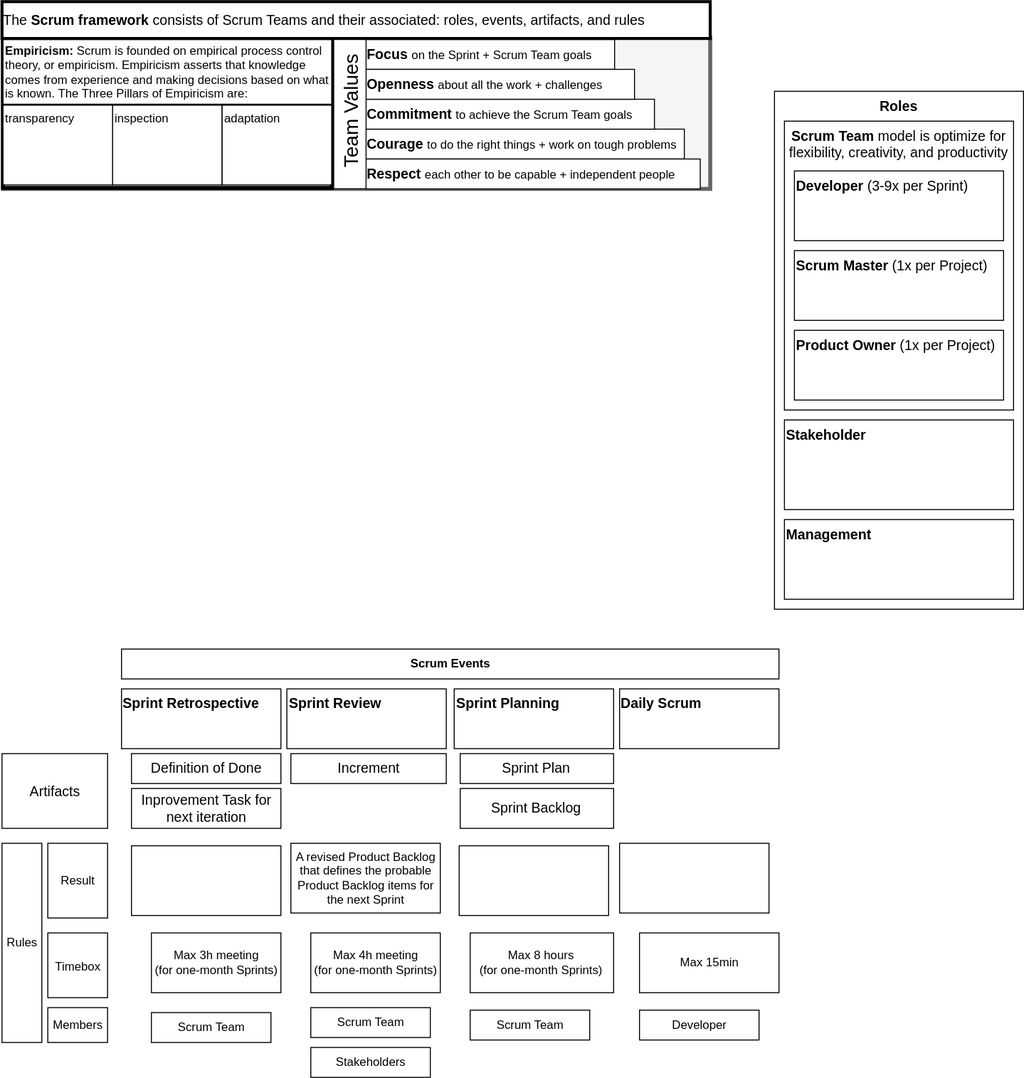
FullByte/FullByte.github.io keeps this draw.io diagram as docs/tech/projects/scrum.drawio.svg. Above is the earlier version. Source tidied: cells renumbered, new cells last; positions are measured from the earlier drawing's top-left corner, leaving out a move shared by most shapes.
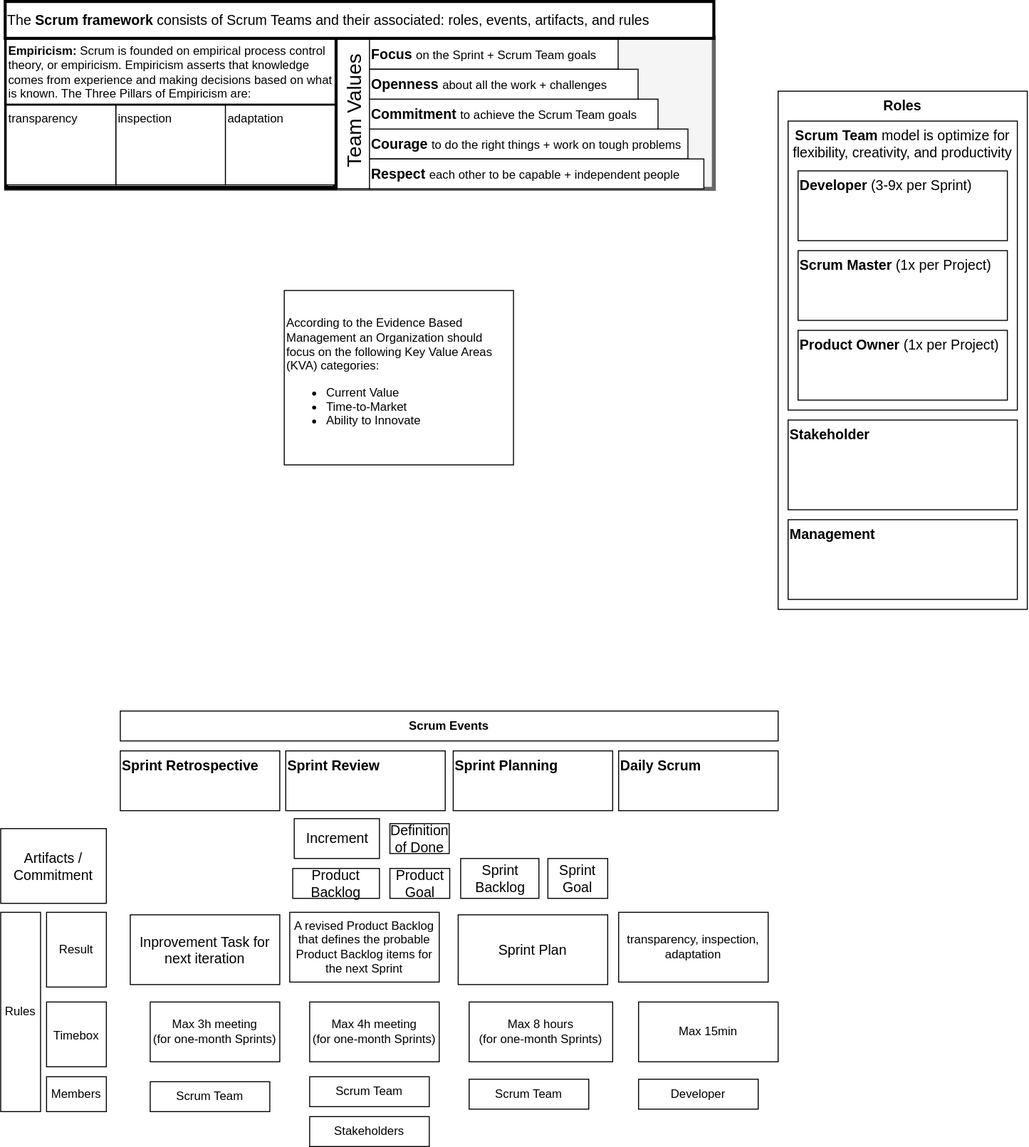
The same diagram one commit later.

What changed in the source:
```diff
@@ -27,16 +27,16 @@
       <mxGeometry x="365.5" y="68" width="270" height="30" as="geometry" />
     </mxCell>
     <mxCell id="10" value="Sprint Retrospective" style="rounded=0;whiteSpace=wrap;html=1;fontSize=14;fontStyle=1;verticalAlign=top;align=left;" parent="1" vertex="1">
-      <mxGeometry x="120.5" y="690" width="160" height="60" as="geometry" />
+      <mxGeometry x="116" y="752" width="160" height="60" as="geometry" />
     </mxCell>
     <mxCell id="11" value="Sprint Planning" style="rounded=0;whiteSpace=wrap;html=1;fontSize=14;verticalAlign=top;fontStyle=1;align=left;" parent="1" vertex="1">
-      <mxGeometry x="454.5" y="690" width="160" height="60" as="geometry" />
+      <mxGeometry x="450" y="752" width="160" height="60" as="geometry" />
     </mxCell>
     <mxCell id="12" value="Sprint Review" style="rounded=0;whiteSpace=wrap;html=1;fontSize=14;fontStyle=1;verticalAlign=top;align=left;" parent="1" vertex="1">
-      <mxGeometry x="286.5" y="690" width="160" height="60" as="geometry" />
+      <mxGeometry x="282" y="752" width="160" height="60" as="geometry" />
     </mxCell>
     <mxCell id="13" value="Daily Scrum" style="rounded=0;whiteSpace=wrap;html=1;fontSize=14;verticalAlign=top;fontStyle=1;align=left;" parent="1" vertex="1">
-      <mxGeometry x="620.5" y="690" width="160" height="60" as="geometry" />
+      <mxGeometry x="616" y="752" width="160" height="60" as="geometry" />
     </mxCell>
     <mxCell id="14" value="Scrum Team &lt;span style=&quot;font-weight: normal;&quot;&gt;model is&amp;nbsp;optimize for &lt;br&gt;flexibility, creativity, and productivity&lt;/span&gt;" style="rounded=0;whiteSpace=wrap;html=1;fontSize=14;verticalAlign=top;fontStyle=1;" parent="1" vertex="1">
       <mxGeometry x="786" y="120" width="230" height="290" as="geometry" />
@@ -54,61 +54,55 @@
       <mxGeometry x="796" y="330" width="210" height="70" as="geometry" />
     </mxCell>
     <mxCell id="19" value="Increment" style="rounded=0;whiteSpace=wrap;html=1;fontSize=14;" parent="1" vertex="1">
-      <mxGeometry x="290.5" y="755" width="156" height="30" as="geometry" />
+      <mxGeometry x="290.5" y="820" width="85.5" height="40" as="geometry" />
     </mxCell>
     <mxCell id="20" value="Definition of Done" style="rounded=0;whiteSpace=wrap;html=1;fontSize=14;" parent="1" vertex="1">
-      <mxGeometry x="130.5" y="755" width="150" height="30" as="geometry" />
+      <mxGeometry x="386.5" y="825" width="59.5" height="30" as="geometry" />
     </mxCell>
-    <mxCell id="21" value="Inprovement Task for next iteration" style="rounded=0;whiteSpace=wrap;html=1;fontSize=14;" parent="1" vertex="1">
-      <mxGeometry x="130.5" y="790" width="150" height="40" as="geometry" />
-    </mxCell>
-    <mxCell id="22" value="Artifacts" style="rounded=0;whiteSpace=wrap;html=1;fontSize=14;" parent="1" vertex="1">
-      <mxGeometry x="0.5" y="755" width="106" height="75" as="geometry" />
+    <mxCell id="22" value="Artifacts / Commitment" style="rounded=0;whiteSpace=wrap;html=1;fontSize=14;" parent="1" vertex="1">
+      <mxGeometry x="-4" y="830" width="106" height="75" as="geometry" />
     </mxCell>
     <mxCell id="23" value="Management" style="rounded=0;whiteSpace=wrap;html=1;fontSize=14;fontStyle=1;align=left;verticalAlign=top;" parent="1" vertex="1">
       <mxGeometry x="786" y="520" width="230" height="80" as="geometry" />
     </mxCell>
-    <mxCell id="24" value="Sprint Plan" style="rounded=0;whiteSpace=wrap;html=1;fontSize=14;" parent="1" vertex="1">
-      <mxGeometry x="460.5" y="755" width="154" height="30" as="geometry" />
-    </mxCell>
     <mxCell id="25" value="Sprint Backlog" style="rounded=0;whiteSpace=wrap;html=1;fontSize=14;" parent="1" vertex="1">
-      <mxGeometry x="460.5" y="790" width="154" height="40" as="geometry" />
+      <mxGeometry x="457.5" y="860" width="78.5" height="40" as="geometry" />
     </mxCell>
     <mxCell id="26" value="&lt;font style=&quot;font-size: 12px;&quot;&gt;Timebox&lt;/font&gt;" style="rounded=0;whiteSpace=wrap;html=1;fontSize=14;" parent="1" vertex="1">
-      <mxGeometry x="46.5" y="935" width="60" height="65" as="geometry" />
+      <mxGeometry x="42" y="1004" width="60" height="65" as="geometry" />
     </mxCell>
     <mxCell id="27" value="Max 4h meeting&lt;br&gt;(for one-month Sprints)" style="rounded=0;whiteSpace=wrap;html=1;" parent="1" vertex="1">
-      <mxGeometry x="310.5" y="935" width="130" height="60" as="geometry" />
+      <mxGeometry x="306" y="1004" width="130" height="60" as="geometry" />
     </mxCell>
     <mxCell id="28" value="Members" style="rounded=0;whiteSpace=wrap;html=1;" parent="1" vertex="1">
-      <mxGeometry x="46.5" y="1010" width="60" height="35" as="geometry" />
+      <mxGeometry x="42" y="1079" width="60" height="35" as="geometry" />
     </mxCell>
     <mxCell id="29" value="Scrum Team" style="rounded=0;whiteSpace=wrap;html=1;" parent="1" vertex="1">
-      <mxGeometry x="310.5" y="1010" width="120" height="30" as="geometry" />
+      <mxGeometry x="306" y="1079" width="120" height="30" as="geometry" />
     </mxCell>
     <mxCell id="30" value="Stakeholders" style="rounded=0;whiteSpace=wrap;html=1;" parent="1" vertex="1">
-      <mxGeometry x="310.5" y="1050" width="120" height="30" as="geometry" />
+      <mxGeometry x="306" y="1119" width="120" height="30" as="geometry" />
     </mxCell>
     <mxCell id="31" value="Result" style="rounded=0;whiteSpace=wrap;html=1;" parent="1" vertex="1">
-      <mxGeometry x="46.5" y="845" width="60" height="75" as="geometry" />
+      <mxGeometry x="42" y="914" width="60" height="75" as="geometry" />
     </mxCell>
     <mxCell id="32" value="A revised Product Backlog that defines the probable Product Backlog items for the next Sprint" style="rounded=0;whiteSpace=wrap;html=1;" parent="1" vertex="1">
-      <mxGeometry x="290.5" y="845" width="150" height="70" as="geometry" />
+      <mxGeometry x="286" y="914" width="150" height="70" as="geometry" />
     </mxCell>
     <mxCell id="33" value="Max 3h meeting&lt;br&gt;(for one-month Sprints)" style="rounded=0;whiteSpace=wrap;html=1;" parent="1" vertex="1">
-      <mxGeometry x="150.5" y="935" width="130" height="60" as="geometry" />
+      <mxGeometry x="146" y="1004" width="130" height="60" as="geometry" />
     </mxCell>
     <mxCell id="34" value="Max 8 hours&lt;br&gt;(for one-month Sprints)" style="rounded=0;whiteSpace=wrap;html=1;" parent="1" vertex="1">
-      <mxGeometry x="470.5" y="935" width="144" height="60" as="geometry" />
+      <mxGeometry x="466" y="1004" width="144" height="60" as="geometry" />
     </mxCell>
     <mxCell id="35" value="Max 15min" style="rounded=0;whiteSpace=wrap;html=1;" parent="1" vertex="1">
-      <mxGeometry x="640.5" y="935" width="140" height="60" as="geometry" />
+      <mxGeometry x="636" y="1004" width="140" height="60" as="geometry" />
     </mxCell>
     <mxCell id="36" value="Scrum Events" style="rounded=0;whiteSpace=wrap;html=1;fontStyle=1;" parent="1" vertex="1">
-      <mxGeometry x="120.5" y="650" width="660" height="30" as="geometry" />
+      <mxGeometry x="116" y="712" width="660" height="30" as="geometry" />
     </mxCell>
     <mxCell id="37" value="Rules" style="rounded=0;whiteSpace=wrap;html=1;" parent="1" vertex="1">
-      <mxGeometry x="0.5" y="845" width="40" height="200" as="geometry" />
+      <mxGeometry x="-4" y="914" width="40" height="200" as="geometry" />
     </mxCell>
     <mxCell id="38" value="&lt;b&gt;Empiricism:&amp;nbsp;&lt;/b&gt;Scrum is founded on empirical process control theory, or empiricism. Empiricism asserts that knowledge comes from experience and making decisions based on what is known. The Three Pillars of Empiricism are:" style="rounded=0;whiteSpace=wrap;html=1;align=left;" parent="1" vertex="1">
       <mxGeometry x="1.5" y="38" width="330" height="65" as="geometry" />
@@ -129,22 +123,34 @@
       <mxGeometry x="0.5" width="711" height="37" as="geometry" />
     </mxCell>
     <mxCell id="44" value="Developer" style="rounded=0;whiteSpace=wrap;html=1;" parent="1" vertex="1">
-      <mxGeometry x="640.5" y="1012.5" width="120" height="30" as="geometry" />
+      <mxGeometry x="636" y="1081.5" width="120" height="30" as="geometry" />
     </mxCell>
     <mxCell id="45" value="Scrum Team" style="rounded=0;whiteSpace=wrap;html=1;" parent="1" vertex="1">
-      <mxGeometry x="470.5" y="1012.5" width="120" height="30" as="geometry" />
+      <mxGeometry x="466" y="1081.5" width="120" height="30" as="geometry" />
     </mxCell>
     <mxCell id="46" value="Scrum Team" style="rounded=0;whiteSpace=wrap;html=1;" parent="1" vertex="1">
-      <mxGeometry x="150.5" y="1015" width="120" height="30" as="geometry" />
+      <mxGeometry x="146" y="1084" width="120" height="30" as="geometry" />
     </mxCell>
-    <mxCell id="47" style="rounded=0;whiteSpace=wrap;html=1;" parent="1" vertex="1">
-      <mxGeometry x="130.5" y="847.5" width="150" height="70" as="geometry" />
+    <mxCell id="47" value="&lt;span style=&quot;font-size: 14px;&quot;&gt;Inprovement Task for next iteration&lt;/span&gt;" style="rounded=0;whiteSpace=wrap;html=1;" parent="1" vertex="1">
+      <mxGeometry x="126" y="916.5" width="150" height="70" as="geometry" />
     </mxCell>
-    <mxCell id="48" style="rounded=0;whiteSpace=wrap;html=1;" parent="1" vertex="1">
-      <mxGeometry x="459.5" y="847.5" width="150" height="70" as="geometry" />
+    <mxCell id="48" value="&lt;span style=&quot;font-size: 14px;&quot;&gt;Sprint Plan&lt;/span&gt;" style="rounded=0;whiteSpace=wrap;html=1;" parent="1" vertex="1">
+      <mxGeometry x="455" y="916.5" width="150" height="70" as="geometry" />
     </mxCell>
-    <mxCell id="49" style="rounded=0;whiteSpace=wrap;html=1;" parent="1" vertex="1">
-      <mxGeometry x="620.5" y="845" width="150" height="70" as="geometry" />
+    <mxCell id="49" value="&lt;span style=&quot;text-align: left;&quot;&gt;transparency,&amp;nbsp;&lt;/span&gt;&lt;span style=&quot;text-align: left;&quot;&gt;inspection,&amp;nbsp;&lt;/span&gt;&lt;span style=&quot;text-align: left;&quot;&gt;adaptation&lt;/span&gt;" style="rounded=0;whiteSpace=wrap;html=1;" parent="1" vertex="1">
+      <mxGeometry x="616" y="914" width="150" height="70" as="geometry" />
     </mxCell>
+    <mxCell id="50" value="According to the Evidence Based Management an Organization should focus on the following Key Value Areas (KVA) categories:&lt;br&gt;&lt;ul&gt;&lt;li&gt;Current Value&lt;/li&gt;&lt;li&gt;Time-to-Market&lt;/li&gt;&lt;li&gt;Ability to Innovate&lt;/li&gt;&lt;/ul&gt;" style="rounded=0;whiteSpace=wrap;html=1;align=left;" parent="1" vertex="1">
+      <mxGeometry x="280.5" y="290" width="230" height="175" as="geometry" />
+    </mxCell>
+    <mxCell id="51" value="Product Backlog" style="rounded=0;whiteSpace=wrap;html=1;fontSize=14;" parent="1" vertex="1">
+      <mxGeometry x="289" y="870" width="87" height="30" as="geometry" />
+    </mxCell>
+    <mxCell id="52" value="Product Goal" style="rounded=0;whiteSpace=wrap;html=1;fontSize=14;" parent="1" vertex="1">
+      <mxGeometry x="386.5" y="870" width="60" height="30" as="geometry" />
+    </mxCell>
+    <mxCell id="53" value="Sprint Goal" style="rounded=0;whiteSpace=wrap;html=1;fontSize=14;" parent="1" vertex="1">
+      <mxGeometry x="545" y="860" width="60" height="40" as="geometry" />
+    </mxCell>
   </root>
 </mxGraphModel>
```
